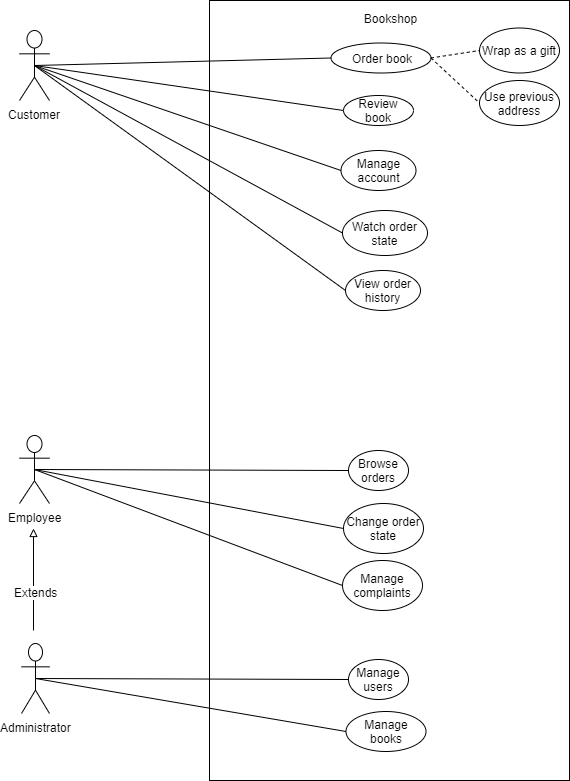
Above: term_work/docs/use_case_diagram.png in KubikJan7/IWWW (draw.io), before the change. Source tidied: cells renumbered, new cells last; positions are measured from the earlier drawing's top-left corner, leaving out a move shared by most shapes.
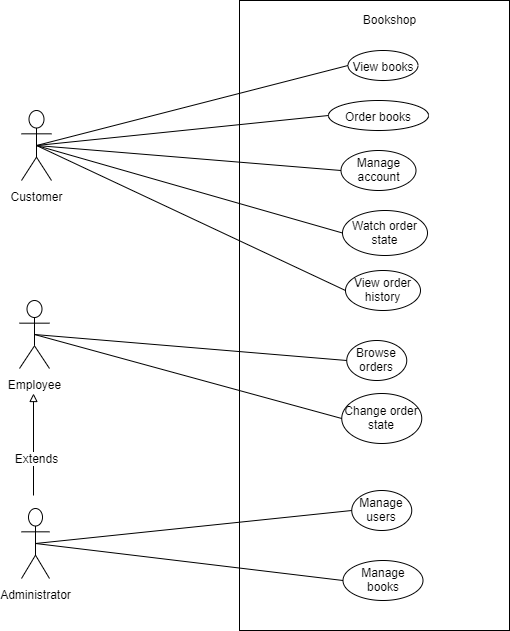
After the commit.

Commit message:
use case

simplified -> review deleted ...

What changed in the source:
```diff
@@ -3,33 +3,33 @@
     <mxCell id="0" />
     <mxCell id="1" parent="0" />
     <mxCell id="2" value="Customer" style="shape=umlActor;verticalLabelPosition=bottom;labelBackgroundColor=#ffffff;verticalAlign=top;html=1;outlineConnect=0;" parent="1" vertex="1">
-      <mxGeometry y="30" width="30" height="70" as="geometry" />
+      <mxGeometry x="2" y="110" width="30" height="70" as="geometry" />
     </mxCell>
     <mxCell id="3" value="Employee" style="shape=umlActor;verticalLabelPosition=bottom;labelBackgroundColor=#ffffff;verticalAlign=top;html=1;outlineConnect=0;" parent="1" vertex="1">
-      <mxGeometry y="435" width="30" height="68" as="geometry" />
+      <mxGeometry y="300" width="30" height="68" as="geometry" />
     </mxCell>
     <mxCell id="4" value="Administrator" style="shape=umlActor;verticalLabelPosition=bottom;labelBackgroundColor=#ffffff;verticalAlign=top;html=1;outlineConnect=0;" parent="1" vertex="1">
-      <mxGeometry x="2" y="643" width="28" height="70" as="geometry" />
+      <mxGeometry x="2" y="508" width="28" height="70" as="geometry" />
     </mxCell>
     <mxCell id="5" style="rounded=0;whiteSpace=wrap;html=1;" parent="1" vertex="1">
-      <mxGeometry x="190" width="360" height="780" as="geometry" />
+      <mxGeometry x="220" width="270" height="630" as="geometry" />
     </mxCell>
     <mxCell id="6" value="Manage books" style="ellipse;whiteSpace=wrap;html=1;" parent="1" vertex="1">
-      <mxGeometry x="326.5" y="711" width="80" height="40" as="geometry" />
+      <mxGeometry x="323.5" y="560" width="80" height="40" as="geometry" />
     </mxCell>
     <mxCell id="7" value="Manage users" style="ellipse;whiteSpace=wrap;html=1;" parent="1" vertex="1">
-      <mxGeometry x="329" y="659" width="60" height="40" as="geometry" />
+      <mxGeometry x="332.2" y="490" width="60" height="40" as="geometry" />
     </mxCell>
-    <mxCell id="8" value="Order book" style="ellipse;whiteSpace=wrap;html=1;" parent="1" vertex="1">
-      <mxGeometry x="311.5" y="42.5" width="100" height="30" as="geometry" />
+    <mxCell id="8" value="Order books" style="ellipse;whiteSpace=wrap;html=1;" parent="1" vertex="1">
+      <mxGeometry x="309" y="100" width="100" height="30" as="geometry" />
     </mxCell>
-    <mxCell id="9" value="Review book" style="ellipse;whiteSpace=wrap;html=1;" parent="1" vertex="1">
-      <mxGeometry x="324" y="95" width="70" height="30" as="geometry" />
+    <mxCell id="9" value="View books" style="ellipse;whiteSpace=wrap;html=1;" parent="1" vertex="1">
+      <mxGeometry x="328.5" y="50" width="70" height="30" as="geometry" />
     </mxCell>
     <mxCell id="10" style="endArrow=block;html=1;endFill=0;" parent="1" edge="1">
       <mxGeometry relative="1" as="geometry">
-        <mxPoint x="14" y="630" as="sourcePoint" />
-        <mxPoint x="14" y="528" as="targetPoint" />
+        <mxPoint x="14" y="495" as="sourcePoint" />
+        <mxPoint x="14" y="393" as="targetPoint" />
       </mxGeometry>
     </mxCell>
     <mxCell id="11" value="Extends" style="text;html=1;align=center;verticalAlign=middle;labelBackgroundColor=#ffffff;" parent="10" vertex="1">
@@ -44,29 +44,14 @@
       <mxGeometry x="326" y="270" width="75" height="40" as="geometry" />
     </mxCell>
     <mxCell id="14" value="Change order state" style="ellipse;whiteSpace=wrap;html=1;" parent="1" vertex="1">
-      <mxGeometry x="324" y="503" width="80" height="50" as="geometry" />
+      <mxGeometry x="322.2" y="393" width="80" height="50" as="geometry" />
     </mxCell>
     <mxCell id="15" value="Browse orders" style="ellipse;whiteSpace=wrap;html=1;" parent="1" vertex="1">
-      <mxGeometry x="329" y="450" width="60" height="40" as="geometry" />
+      <mxGeometry x="327.2" y="340" width="60" height="40" as="geometry" />
     </mxCell>
-    <mxCell id="16" style="endArrow=none;dashed=1;html=1;exitX=1;exitY=0.5;entryX=0;entryY=0.5;" parent="1" edge="1" source="8" target="17">
-      <mxGeometry relative="1" as="geometry" />
-    </mxCell>
-    <mxCell id="17" value="Use previous address" style="ellipse;whiteSpace=wrap;html=1;" parent="1" vertex="1">
-      <mxGeometry x="460" y="80" width="80" height="45" as="geometry" />
-    </mxCell>
-    <mxCell id="18" value="Wrap as a gift" style="ellipse;whiteSpace=wrap;html=1;" parent="1" vertex="1">
-      <mxGeometry x="460" y="27.5" width="80" height="45" as="geometry" />
-    </mxCell>
-    <mxCell id="19" style="endArrow=none;dashed=1;html=1;exitX=1;exitY=0.5;entryX=0;entryY=0.5;" parent="1" edge="1" source="8" target="18">
-      <mxGeometry relative="1" as="geometry" />
-    </mxCell>
     <mxCell id="20" value="Manage account" style="ellipse;whiteSpace=wrap;html=1;" parent="1" vertex="1">
       <mxGeometry x="321.5" y="150" width="75" height="40" as="geometry" />
     </mxCell>
-    <mxCell id="21" value="Manage complaints" style="ellipse;whiteSpace=wrap;html=1;" parent="1" vertex="1">
-      <mxGeometry x="323" y="560" width="80" height="50" as="geometry" />
-    </mxCell>
     <mxCell id="22" style="endArrow=none;html=1;entryX=0;entryY=0.5;entryDx=0;entryDy=0;exitX=0.5;exitY=0.5;exitDx=0;exitDy=0;exitPerimeter=0;endFill=0;" parent="1" edge="1" source="2" target="8">
       <mxGeometry relative="1" as="geometry" />
     </mxCell>
@@ -82,9 +67,6 @@
     <mxCell id="26" style="endArrow=none;html=1;entryX=0;entryY=0.5;entryDx=0;entryDy=0;exitX=0.5;exitY=0.5;exitDx=0;exitDy=0;exitPerimeter=0;endFill=0;" parent="1" edge="1" source="3" target="14">
       <mxGeometry relative="1" as="geometry" />
     </mxCell>
-    <mxCell id="27" style="endArrow=none;html=1;entryX=0;entryY=0.5;entryDx=0;entryDy=0;exitX=0.5;exitY=0.5;exitDx=0;exitDy=0;exitPerimeter=0;endFill=0;" parent="1" edge="1" source="3" target="21">
-      <mxGeometry relative="1" as="geometry" />
-    </mxCell>
     <mxCell id="28" style="endArrow=none;html=1;entryX=0;entryY=0.5;entryDx=0;entryDy=0;exitX=0.5;exitY=0.5;exitDx=0;exitDy=0;exitPerimeter=0;endFill=0;" parent="1" edge="1" source="2" target="9">
       <mxGeometry relative="1" as="geometry" />
     </mxCell>
```
